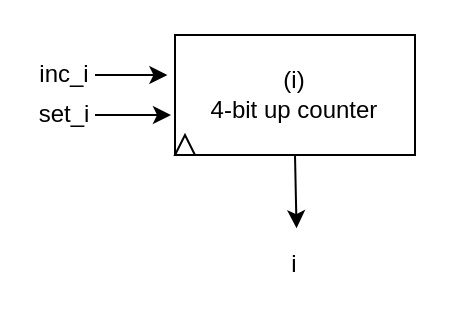
Earlier version of the draw.io diagram i_up_counter.drawio (0xByteRush/COE302). Source tidied: cells renumbered, new cells numbered last; positions are measured from the earlier drawing's top-left corner, leaving out a move shared by most shapes. Both pictures are drawn from the tidied source at 200%, with x=0, y=0 at pixel (34, 34).
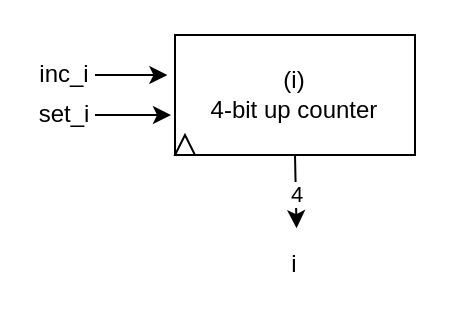
Above is the later version.

Diff of the diagram source:
```diff
@@
 <mxGraphModel>
   <root>
     <mxCell id="0" />
     <mxCell id="1" parent="0" />
     <mxCell id="2" value="(i)&lt;div&gt;4-bit up counter&lt;/div&gt;" style="rounded=0;whiteSpace=wrap;html=1;" parent="1" vertex="1">
       <mxGeometry x="70" width="120" height="60" as="geometry" />
     </mxCell>
     <mxCell id="3" style="triangle;whiteSpace=wrap;html=1;rotation=-90;" parent="1" vertex="1">
       <mxGeometry x="70" y="50" width="10" height="10" as="geometry" />
     </mxCell>
     <mxCell id="4" value="i" style="text;html=1;whiteSpace=wrap;strokeColor=none;fillColor=none;align=center;verticalAlign=middle;rounded=0;" parent="1" vertex="1">
       <mxGeometry x="100" y="100" width="60" height="30" as="geometry" />
     </mxCell>
     <mxCell id="5" style="edgeStyle=orthogonalEdgeStyle;rounded=0;jettySize=auto;html=1;exitX=0.5;exitY=1;exitDx=0;exitDy=0;entryX=0.513;entryY=-0.113;entryDx=0;entryDy=0;entryPerimeter=0;" parent="1" edge="1" source="2" target="4">
       <mxGeometry relative="1" as="geometry" />
     </mxCell>
+    <mxCell id="10" value="4" style="edgeLabel;html=1;align=center;verticalAlign=middle;" parent="5" vertex="1">
+      <mxGeometry x="0.1" relative="1" as="geometry" />
+    </mxCell>
     <mxCell id="6" value="set_i" style="text;html=1;whiteSpace=wrap;strokeColor=none;fillColor=none;align=center;verticalAlign=middle;rounded=0;" parent="1" vertex="1">
       <mxGeometry y="30" width="30" height="20" as="geometry" />
     </mxCell>
     <mxCell id="7" style="edgeStyle=orthogonalEdgeStyle;rounded=0;jettySize=auto;html=1;exitX=1;exitY=0.5;exitDx=0;exitDy=0;entryX=-0.017;entryY=0.67;entryDx=0;entryDy=0;entryPerimeter=0;" parent="1" edge="1" source="6" target="2">
       <mxGeometry relative="1" as="geometry" />
     </mxCell>
     <mxCell id="8" value="inc_i" style="text;html=1;whiteSpace=wrap;strokeColor=none;fillColor=none;align=center;verticalAlign=middle;rounded=0;" parent="1" vertex="1">
       <mxGeometry y="10" width="30" height="20" as="geometry" />
     </mxCell>
     <mxCell id="9" style="edgeStyle=orthogonalEdgeStyle;rounded=0;jettySize=auto;html=1;exitX=1;exitY=0.5;exitDx=0;exitDy=0;entryX=-0.032;entryY=0.322;entryDx=0;entryDy=0;entryPerimeter=0;" parent="1" edge="1" source="8" target="2">
       <mxGeometry relative="1" as="geometry" />
     </mxCell>
   </root>
 </mxGraphModel>
```
